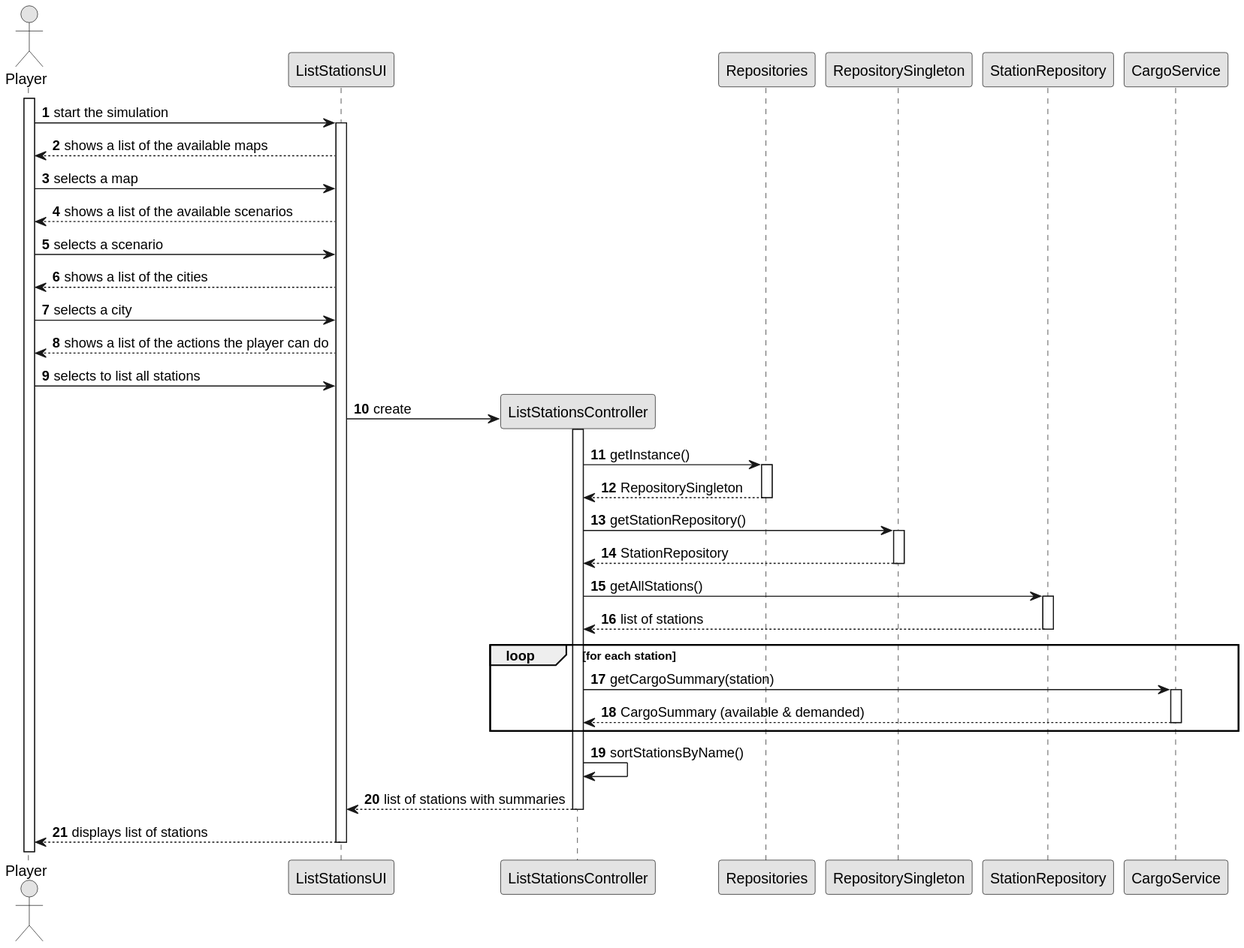
The PlantUML diagram docs/sprint3/us007/03.design/svg/us007-sequence-diagram-full.svg in ivasduarte/all-aboard, before a commit. The source it was exported from:
```plantuml
@startuml
skinparam monochrome true
skinparam packageStyle rectangle
skinparam shadowing false

autonumber

actor "Player" as Player
participant "ListStationsUI" as UI

activate Player

Player -> UI : start the simulation
activate UI

UI --> Player : shows a list of the available maps
Player -> UI : selects a map
UI --> Player : shows a list of the available scenarios
Player -> UI : selects a scenario
UI --> Player : shows a list of the cities
Player -> UI : selects a city
UI --> Player : shows a list of the actions the player can do
Player -> UI : selects to list all stations

create "ListStationsController" as CTRL
UI -> CTRL : create
activate CTRL

CTRL -> Repositories : getInstance()
activate Repositories
Repositories --> CTRL : RepositorySingleton
deactivate Repositories

CTRL -> RepositorySingleton : getStationRepository()
activate RepositorySingleton
RepositorySingleton --> CTRL : StationRepository
deactivate RepositorySingleton

participant "StationRepository" as Station_REPO
CTRL -> Station_REPO : getAllStations()
activate Station_REPO
Station_REPO --> CTRL : list of stations
deactivate Station_REPO

participant "CargoService" as CargoService
loop for each station
    CTRL -> CargoService : getCargoSummary(station)
    activate CargoService
    CargoService --> CTRL : CargoSummary (available & demanded)
    deactivate CargoService
end loop

CTRL -> CTRL : sortStationsByName()

CTRL --> UI : list of stations with summaries
deactivate CTRL

UI --> Player : displays list of stations
deactivate UI
@enduml
```
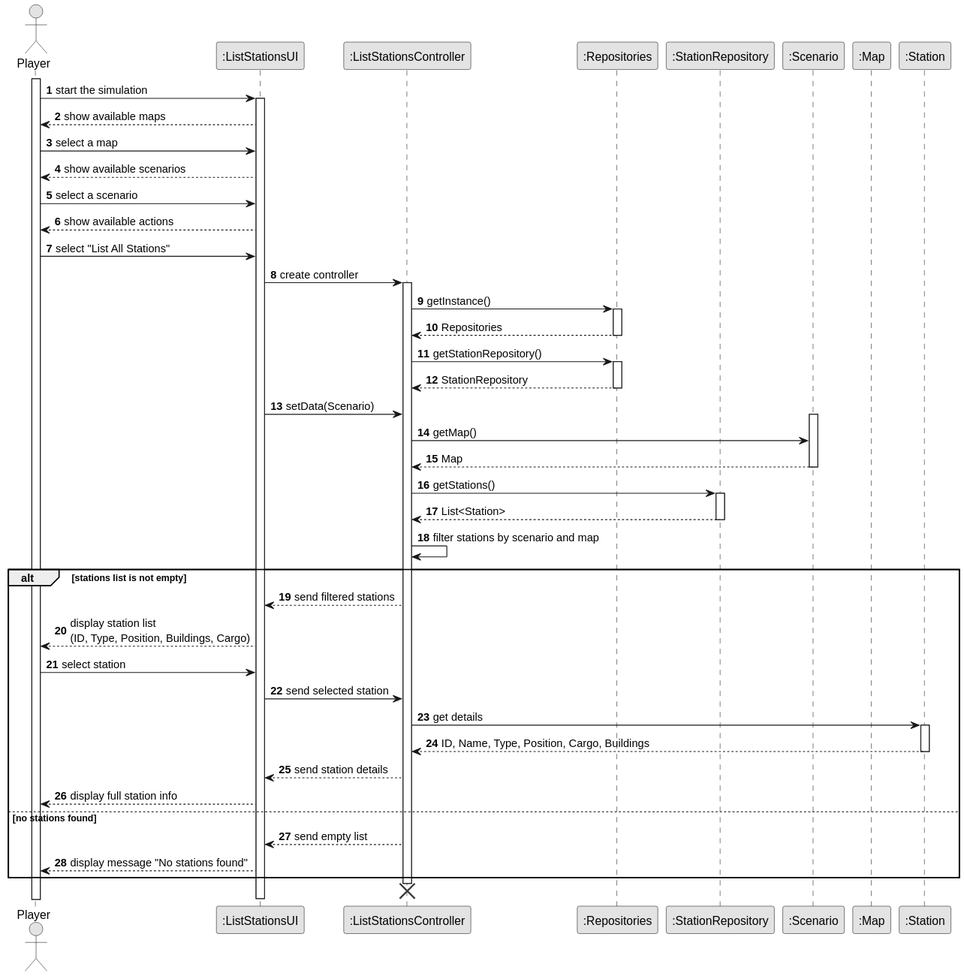
After the change.

What changed in the source:
```diff
@@ -6,55 +6,71 @@
 autonumber
 
 actor "Player" as Player
-participant "ListStationsUI" as UI
+participant ":ListStationsUI" as UI
+participant ":ListStationsController" as CTRL
+participant ":Repositories" as Repos
+participant ":StationRepository" as StationRepo
+participant ":Scenario" as Scenario
+participant ":Map" as Map
+participant ":Station" as Station
 
 activate Player
 
 Player -> UI : start the simulation
 activate UI
 
-UI --> Player : shows a list of the available maps
-Player -> UI : selects a map
-UI --> Player : shows a list of the available scenarios
-Player -> UI : selects a scenario
-UI --> Player : shows a list of the cities
-Player -> UI : selects a city
-UI --> Player : shows a list of the actions the player can do
-Player -> UI : selects to list all stations
+UI --> Player : show available maps
+Player -> UI : select a map
+UI --> Player : show available scenarios
+Player -> UI : select a scenario
 
-create "ListStationsController" as CTRL
-UI -> CTRL : create
+UI --> Player : show available actions
+Player -> UI : select "List All Stations"
+
+UI -> CTRL : create controller
 activate CTRL
 
-CTRL -> Repositories : getInstance()
-activate Repositories
-Repositories --> CTRL : RepositorySingleton
-deactivate Repositories
+CTRL -> Repos : getInstance()
+activate Repos
+Repos --> CTRL : Repositories
+deactivate Repos
 
-CTRL -> RepositorySingleton : getStationRepository()
-activate RepositorySingleton
-RepositorySingleton --> CTRL : StationRepository
-deactivate RepositorySingleton
+CTRL -> Repos : getStationRepository()
+activate Repos
+Repos --> CTRL : StationRepository
+deactivate Repos
 
-participant "StationRepository" as Station_REPO
-CTRL -> Station_REPO : getAllStations()
-activate Station_REPO
-Station_REPO --> CTRL : list of stations
-deactivate Station_REPO
+UI -> CTRL : setData(Scenario)
+activate Scenario
+CTRL -> Scenario : getMap()
+Scenario --> CTRL : Map
+deactivate Scenario
 
-participant "CargoService" as CargoService
-loop for each station
-    CTRL -> CargoService : getCargoSummary(station)
-    activate CargoService
-    CargoService --> CTRL : CargoSummary (available & demanded)
-    deactivate CargoService
-end loop
+CTRL -> StationRepo : getStations()
+activate StationRepo
+StationRepo --> CTRL : List<Station>
+deactivate StationRepo
 
-CTRL -> CTRL : sortStationsByName()
+CTRL -> CTRL : filter stations by scenario and map
 
-CTRL --> UI : list of stations with summaries
-deactivate CTRL
+alt stations list is not empty
+    CTRL --> UI : send filtered stations
+    UI --> Player : display station list\n(ID, Type, Position, Buildings, Cargo)
 
-UI --> Player : displays list of stations
+    Player -> UI : select station
+    UI -> CTRL : send selected station
+    CTRL -> Station : get details
+    activate Station
+    Station --> CTRL : ID, Name, Type, Position, Cargo, Buildings
+    deactivate Station
+    CTRL --> UI : send station details
+    UI --> Player : display full station info
+
+else no stations found
+    CTRL --> UI : send empty list
+    UI --> Player : display message "No stations found"
+end
+
+destroy CTRL
 deactivate UI
 @enduml
```
